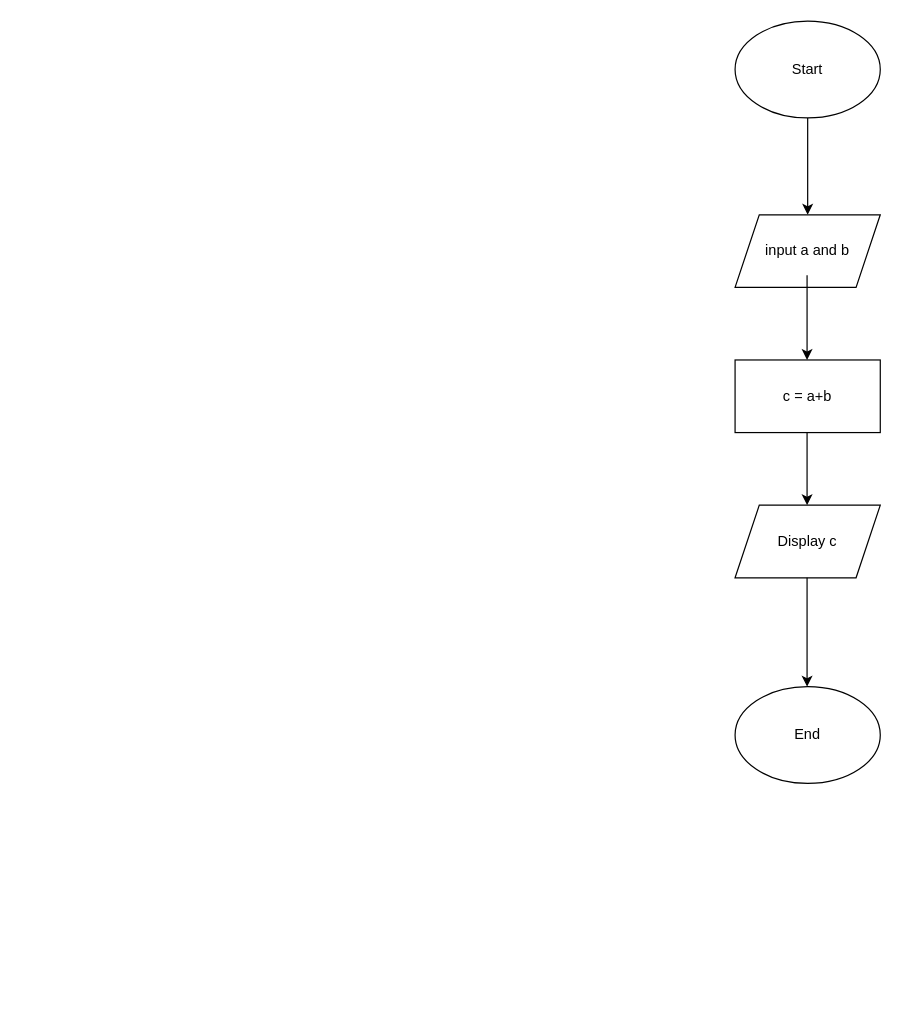
Before: 제목 없는 다이어그램.drawio in timothy0704/flowchart, a draw.io diagram. Source tidied: cells renumbered, new cells numbered last; positions are measured from the earlier drawing's top-left corner, leaving out a move shared by most shapes. Both pictures are drawn from the tidied source at 121%, with x=0, y=0 at pixel (734, 21).
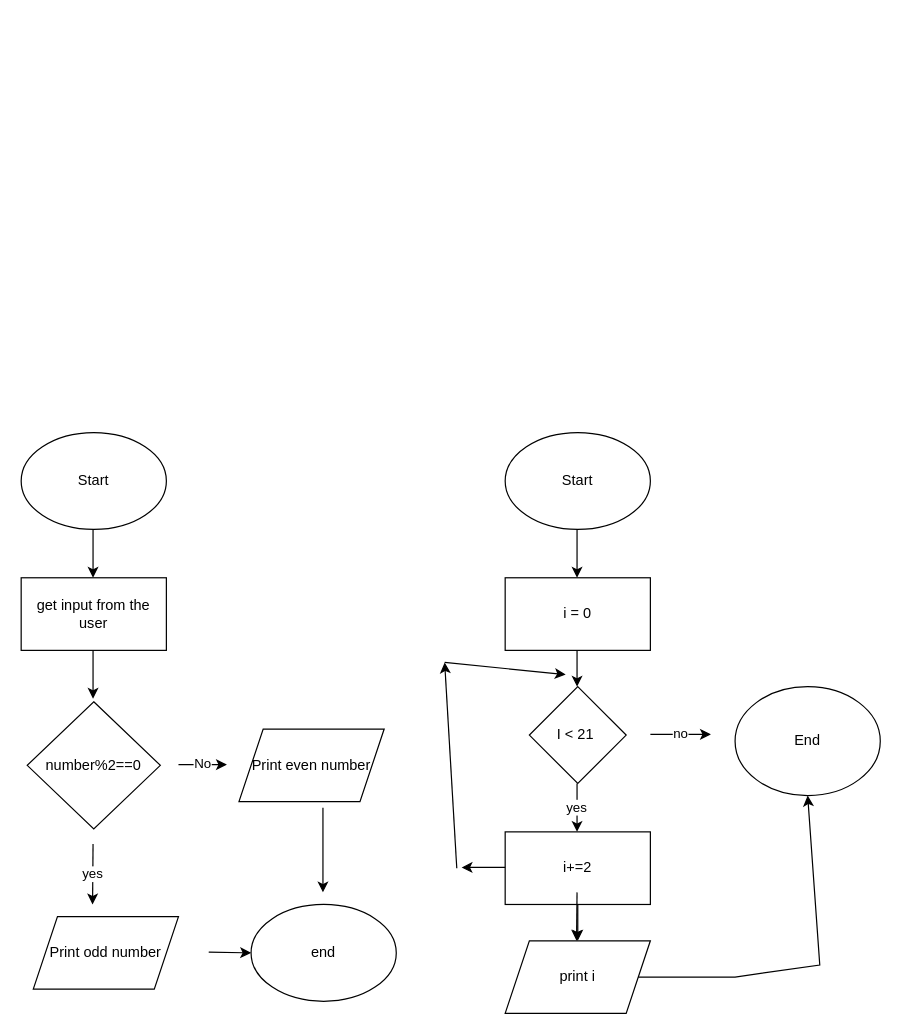
After the change.

Commit message:
flowchart number 4 and 5

Diff of the diagram source:
```diff
@@
-    <mxCell id="2" value="Start" style="ellipse;whiteSpace=wrap;html=1;" parent="1" vertex="1">
-      <mxGeometry width="120" height="80" as="geometry" />
-    </mxCell>
-    <mxCell id="3" style="endArrow=classic;html=1;rounded=0;" parent="1" edge="1">
-      <mxGeometry relative="1" as="geometry">
-        <mxPoint x="60" y="80" as="sourcePoint" />
-        <mxPoint x="60" y="160" as="targetPoint" />
-        <Array as="points">
-          <mxPoint x="60" y="90" />
-        </Array>
-      </mxGeometry>
-    </mxCell>
-    <mxCell id="4" value="input a and b" style="shape=parallelogram;perimeter=parallelogramPerimeter;whiteSpace=wrap;html=1;fixedSize=1;" parent="1" vertex="1">
-      <mxGeometry y="160" width="120" height="60" as="geometry" />
-    </mxCell>
-    <mxCell id="5" style="endArrow=classic;html=1;rounded=0;" parent="1" edge="1">
-      <mxGeometry relative="1" as="geometry">
-        <mxPoint x="59.5" y="210" as="sourcePoint" />
-        <mxPoint x="59.5" y="280" as="targetPoint" />
-      </mxGeometry>
-    </mxCell>
-    <mxCell id="6" value="c = a+b" style="rounded=0;whiteSpace=wrap;html=1;" parent="1" vertex="1">
-      <mxGeometry y="280" width="120" height="60" as="geometry" />
-    </mxCell>
-    <mxCell id="7" style="endArrow=classic;html=1;rounded=0;" parent="1" edge="1">
-      <mxGeometry relative="1" as="geometry">
-        <mxPoint x="59.5" y="340" as="sourcePoint" />
-        <mxPoint x="59.5" y="400" as="targetPoint" />
-      </mxGeometry>
-    </mxCell>
-    <mxCell id="8" value="Display c" style="shape=parallelogram;perimeter=parallelogramPerimeter;whiteSpace=wrap;html=1;fixedSize=1;" parent="1" vertex="1">
-      <mxGeometry y="400" width="120" height="60" as="geometry" />
-    </mxCell>
-    <mxCell id="9" style="endArrow=classic;html=1;rounded=0;" parent="1" edge="1">
-      <mxGeometry relative="1" as="geometry">
-        <mxPoint x="59.5" y="460" as="sourcePoint" />
-        <mxPoint x="59.5" y="550" as="targetPoint" />
-      </mxGeometry>
-    </mxCell>
+    <mxCell id="11" value="Start" style="ellipse;whiteSpace=wrap;html=1;" parent="1" vertex="1">
+      <mxGeometry x="-590" y="340" width="120" height="80" as="geometry" />
+    </mxCell>
+    <mxCell id="12" style="endArrow=classic;html=1;rounded=0;" parent="1" edge="1">
+      <mxGeometry relative="1" as="geometry">
+        <mxPoint x="-530.6" y="420" as="sourcePoint" />
+        <mxPoint x="-530.6" y="460" as="targetPoint" />
+      </mxGeometry>
+    </mxCell>
+    <mxCell id="13" value="get input from the user" style="rounded=0;whiteSpace=wrap;html=1;" parent="1" vertex="1">
+      <mxGeometry x="-590" y="460" width="120" height="60" as="geometry" />
+    </mxCell>
+    <mxCell id="14" style="endArrow=classic;html=1;rounded=0;" parent="1" edge="1">
+      <mxGeometry relative="1" as="geometry">
+        <mxPoint x="-530.6" y="520" as="sourcePoint" />
+        <mxPoint x="-530.6" y="560" as="targetPoint" />
+      </mxGeometry>
+    </mxCell>
+    <mxCell id="15" value="No" style="endArrow=classic;html=1;rounded=0;" parent="1" edge="1">
+      <mxGeometry relative="1" as="geometry">
+        <mxPoint x="-460" y="614.4" as="sourcePoint" />
+        <mxPoint x="-420" y="614.4" as="targetPoint" />
+      </mxGeometry>
+    </mxCell>
+    <mxCell id="16" value="yes" style="endArrow=classic;html=1;rounded=0;" parent="1" edge="1">
+      <mxGeometry relative="1" as="geometry">
+        <mxPoint x="-530.6" y="680" as="sourcePoint" />
+        <mxPoint x="-531" y="730" as="targetPoint" />
+      </mxGeometry>
+    </mxCell>
+    <mxCell id="17" style="endArrow=classic;html=1;rounded=0;" parent="1" edge="1" target="18">
+      <mxGeometry relative="1" as="geometry">
+        <mxPoint x="-435" y="769.4" as="sourcePoint" />
+      </mxGeometry>
+    </mxCell>
+    <mxCell id="18" value="end" style="ellipse;whiteSpace=wrap;html=1;" parent="1" vertex="1">
+      <mxGeometry x="-400" y="730" width="120" height="80" as="geometry" />
+    </mxCell>
+    <mxCell id="19" style="endArrow=classic;html=1;rounded=0;" parent="1" edge="1">
+      <mxGeometry relative="1" as="geometry">
+        <mxPoint x="-340.6" y="650" as="sourcePoint" />
+        <mxPoint x="-340.6" y="720" as="targetPoint" />
+      </mxGeometry>
+    </mxCell>
+    <mxCell id="20" value="Print even number" style="shape=parallelogram;perimeter=parallelogramPerimeter;whiteSpace=wrap;html=1;fixedSize=1;" parent="1" vertex="1">
+      <mxGeometry x="-410" y="585" width="120" height="60" as="geometry" />
+    </mxCell>
+    <mxCell id="21" value="Print odd number" style="shape=parallelogram;perimeter=parallelogramPerimeter;whiteSpace=wrap;html=1;fixedSize=1;" parent="1" vertex="1">
+      <mxGeometry x="-580" y="740" width="120" height="60" as="geometry" />
+    </mxCell>
+    <mxCell id="22" value="number%2==0" style="rhombus;whiteSpace=wrap;html=1;" parent="1" vertex="1">
+      <mxGeometry x="-585" y="562.5" width="110" height="105" as="geometry" />
+    </mxCell>
+    <mxCell id="23" value="Start" style="ellipse;whiteSpace=wrap;html=1;" parent="1" vertex="1">
+      <mxGeometry x="-190" y="340" width="120" height="80" as="geometry" />
+    </mxCell>
+    <mxCell id="24" style="endArrow=classic;html=1;rounded=0;" parent="1" edge="1">
+      <mxGeometry relative="1" as="geometry">
+        <mxPoint x="-130.6" y="420" as="sourcePoint" />
+        <mxPoint x="-130.6" y="460" as="targetPoint" />
+        <Array as="points">
+          <mxPoint x="-130.6" y="440" />
+        </Array>
+      </mxGeometry>
+    </mxCell>
+    <mxCell id="25" value="i = 0" style="rounded=0;whiteSpace=wrap;html=1;" parent="1" vertex="1">
+      <mxGeometry x="-190" y="460" width="120" height="60" as="geometry" />
+    </mxCell>
+    <mxCell id="26" style="endArrow=classic;html=1;rounded=0;" parent="1" edge="1">
+      <mxGeometry relative="1" as="geometry">
+        <mxPoint x="-130.6" y="520" as="sourcePoint" />
+        <mxPoint x="-130.6" y="550" as="targetPoint" />
+      </mxGeometry>
+    </mxCell>
+    <mxCell id="27" value="I &amp;lt; 21&amp;nbsp;" style="rhombus;whiteSpace=wrap;html=1;" parent="1" vertex="1">
+      <mxGeometry x="-170" y="550" width="80" height="80" as="geometry" />
+    </mxCell>
+    <mxCell id="28" value="no" style="endArrow=classic;html=1;rounded=0;" parent="1" edge="1">
+      <mxGeometry relative="1" as="geometry">
+        <mxPoint x="-70" y="589.4" as="sourcePoint" />
+        <mxPoint x="-20" y="589.4" as="targetPoint" />
+      </mxGeometry>
+    </mxCell>
     <mxCell id="10" value="End" style="ellipse;whiteSpace=wrap;html=1;" parent="1" vertex="1">
-      <mxGeometry y="550" width="120" height="80" as="geometry" />
+      <mxGeometry y="550" width="120" height="90" as="geometry" />
     </mxCell>
+    <mxCell id="29" value="yes" style="endArrow=classic;html=1;rounded=0;" parent="1" edge="1">
+      <mxGeometry relative="1" as="geometry">
+        <mxPoint x="-130.6" y="630" as="sourcePoint" />
+        <mxPoint x="-130.6" y="670" as="targetPoint" />
+      </mxGeometry>
+    </mxCell>
+    <mxCell id="30" value="print i" style="shape=parallelogram;perimeter=parallelogramPerimeter;whiteSpace=wrap;html=1;fixedSize=1;" parent="1" vertex="1">
+      <mxGeometry x="-190" y="760" width="120" height="60" as="geometry" />
+    </mxCell>
+    <mxCell id="31" style="endArrow=classic;html=1;rounded=0;exitX=0;exitY=0.25;exitDx=0;exitDy=0;" parent="1" edge="1">
+      <mxGeometry relative="1" as="geometry">
+        <mxPoint x="-176" y="699.4" as="sourcePoint" />
+        <mxPoint x="-226" y="699.4" as="targetPoint" />
+      </mxGeometry>
+    </mxCell>
+    <mxCell id="32" style="endArrow=classic;html=1;rounded=0;" parent="1" edge="1">
+      <mxGeometry relative="1" as="geometry">
+        <mxPoint x="-230" y="700" as="sourcePoint" />
+        <mxPoint x="-240" y="530" as="targetPoint" />
+      </mxGeometry>
+    </mxCell>
+    <mxCell id="33" style="endArrow=classic;html=1;rounded=0;" parent="1" edge="1">
+      <mxGeometry relative="1" as="geometry">
+        <mxPoint x="-240" y="530" as="sourcePoint" />
+        <mxPoint x="-140" y="540" as="targetPoint" />
+      </mxGeometry>
+    </mxCell>
+    <mxCell id="34" style="edgeStyle=orthogonalEdgeStyle;rounded=0;jettySize=auto;html=1;" parent="1" edge="1" source="35" target="30">
+      <mxGeometry relative="1" as="geometry" />
+    </mxCell>
+    <mxCell id="35" value="i+=2" style="rounded=0;whiteSpace=wrap;html=1;" parent="1" vertex="1">
+      <mxGeometry x="-190" y="670" width="120" height="60" as="geometry" />
+    </mxCell>
+    <mxCell id="36" style="endArrow=classic;html=1;rounded=0;" parent="1" edge="1">
+      <mxGeometry relative="1" as="geometry">
+        <mxPoint x="-130.6" y="720" as="sourcePoint" />
+        <mxPoint x="-131" y="760" as="targetPoint" />
+      </mxGeometry>
+    </mxCell>
+    <mxCell id="37" style="endArrow=classic;html=1;rounded=0;entryX=0.5;entryY=1;entryDx=0;entryDy=0;exitX=1;exitY=0.5;exitDx=0;exitDy=0;" parent="1" edge="1" source="30" target="10">
+      <mxGeometry relative="1" as="geometry">
+        <Array as="points">
+          <mxPoint y="790" />
+          <mxPoint x="70" y="780" />
+        </Array>
+      </mxGeometry>
+    </mxCell>
```
